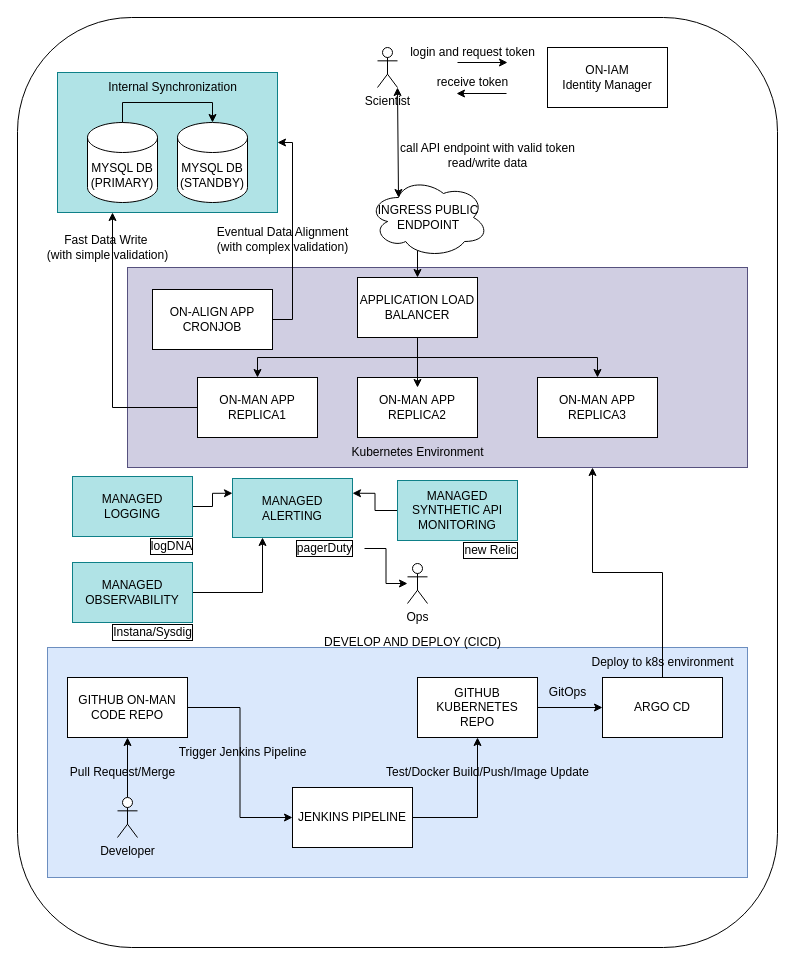
desourav/on-man keeps this draw.io diagram as ontology-manager.drawio. Above is the earlier version. Source tidied: cells renumbered, new cells numbered last; positions are measured from the earlier drawing's top-left corner, leaving out a move shared by most shapes. Both pictures are drawn from the tidied source at 100%, with x=0, y=0 at pixel (17, 17).
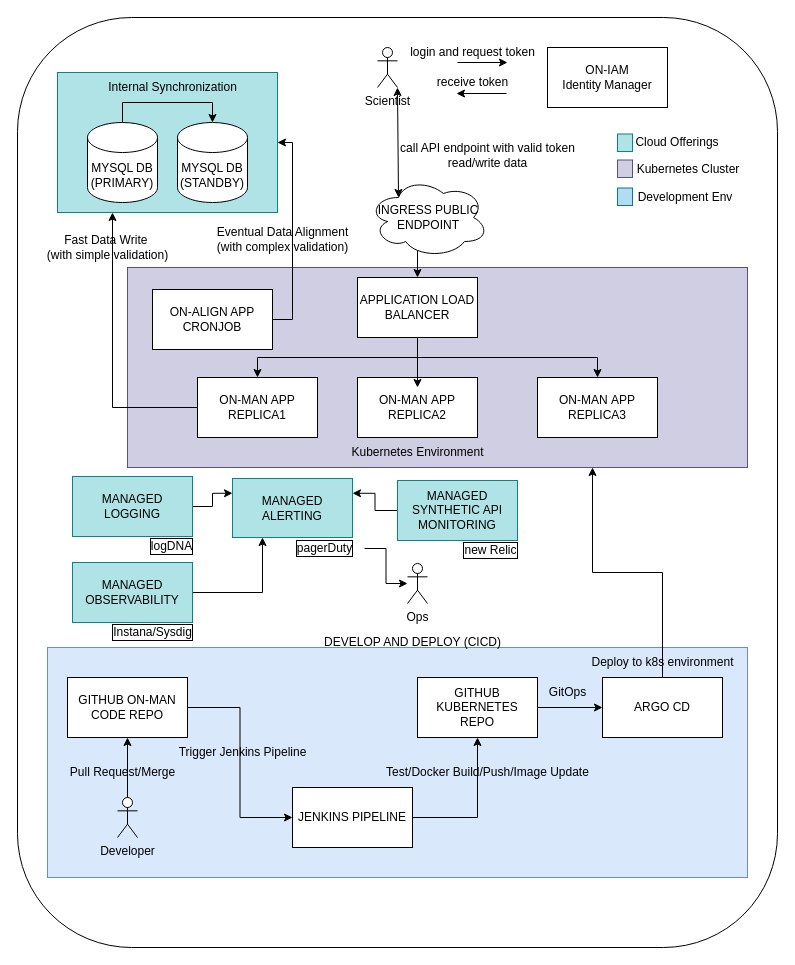
After the change.

What changed in the source:
```diff
@@
+    <mxCell id="62" style="rounded=0;whiteSpace=wrap;html=1;fillColor=#b0e3e6;strokeColor=#0e8088;" parent="1" vertex="1">
+      <mxGeometry x="600" y="116.5" width="15" height="17.5" as="geometry" />
+    </mxCell>
+    <mxCell id="63" style="rounded=0;whiteSpace=wrap;html=1;fillColor=#d0cee2;strokeColor=#56517e;" parent="1" vertex="1">
+      <mxGeometry x="600" y="142.5" width="15" height="17.5" as="geometry" />
+    </mxCell>
+    <mxCell id="64" style="rounded=0;whiteSpace=wrap;html=1;fillColor=#b1ddf0;strokeColor=#10739e;" parent="1" vertex="1">
+      <mxGeometry x="600" y="170.5" width="15" height="17.5" as="geometry" />
+    </mxCell>
+    <mxCell id="65" value="Cloud Offerings" style="text;html=1;align=center;verticalAlign=middle;whiteSpace=wrap;rounded=0;" parent="1" vertex="1">
+      <mxGeometry x="605" y="110" width="110" height="30" as="geometry" />
+    </mxCell>
+    <mxCell id="66" value="Kubernetes Cluster" style="text;html=1;align=center;verticalAlign=middle;whiteSpace=wrap;rounded=0;" parent="1" vertex="1">
+      <mxGeometry x="616" y="137.2" width="110" height="30" as="geometry" />
+    </mxCell>
+    <mxCell id="67" value="Development Env" style="text;html=1;align=center;verticalAlign=middle;whiteSpace=wrap;rounded=0;" parent="1" vertex="1">
+      <mxGeometry x="613" y="165.2" width="110" height="30" as="geometry" />
+    </mxCell>
```
